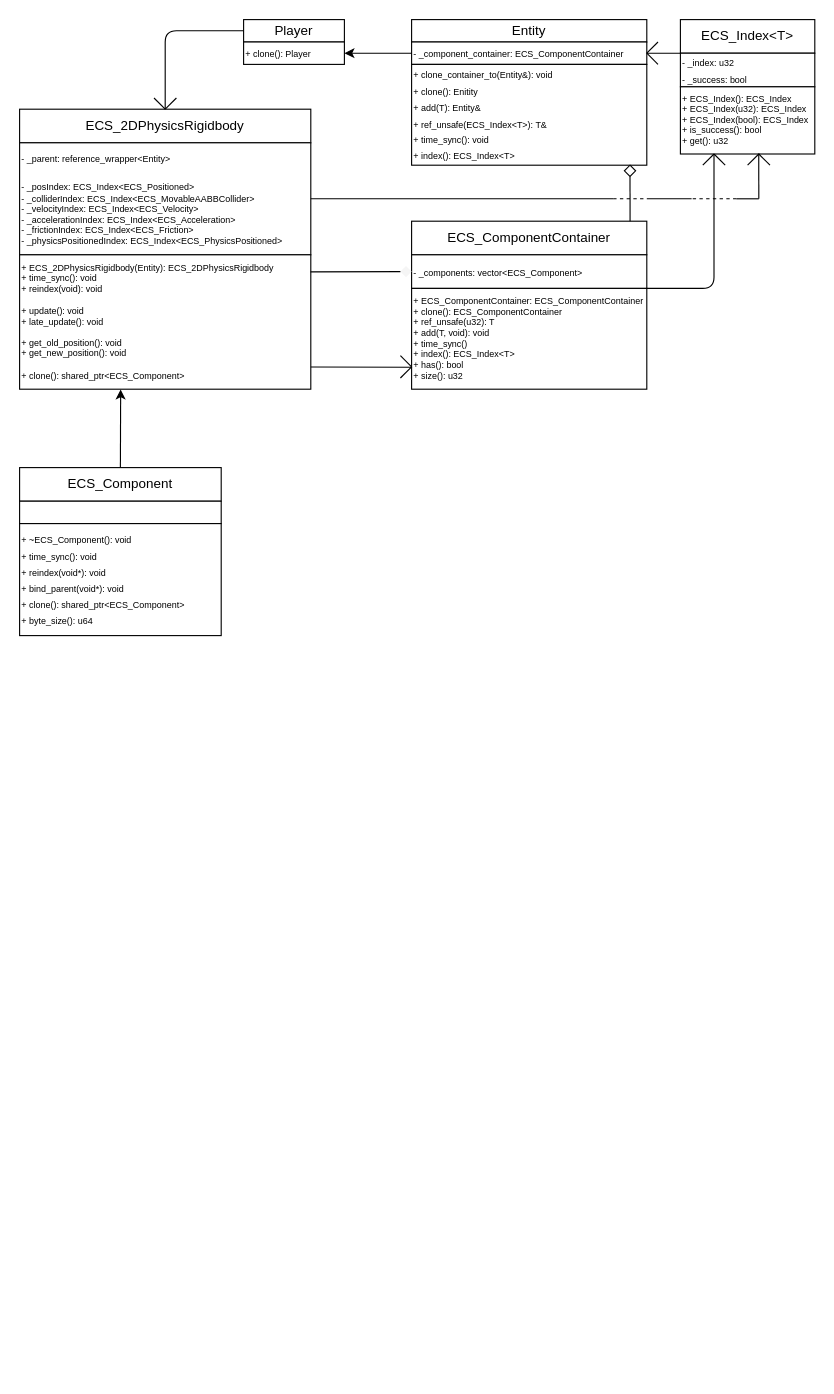
The draw.io diagram docs/player.drawio in Maksasj/omniscia, before the edit. Source tidied: cells renumbered, new cells numbered last; positions are measured from the earlier drawing's top-left corner, leaving out a move shared by most shapes. Both pictures are drawn from the tidied source at 112%, with x=0, y=0 at pixel (19, 19).
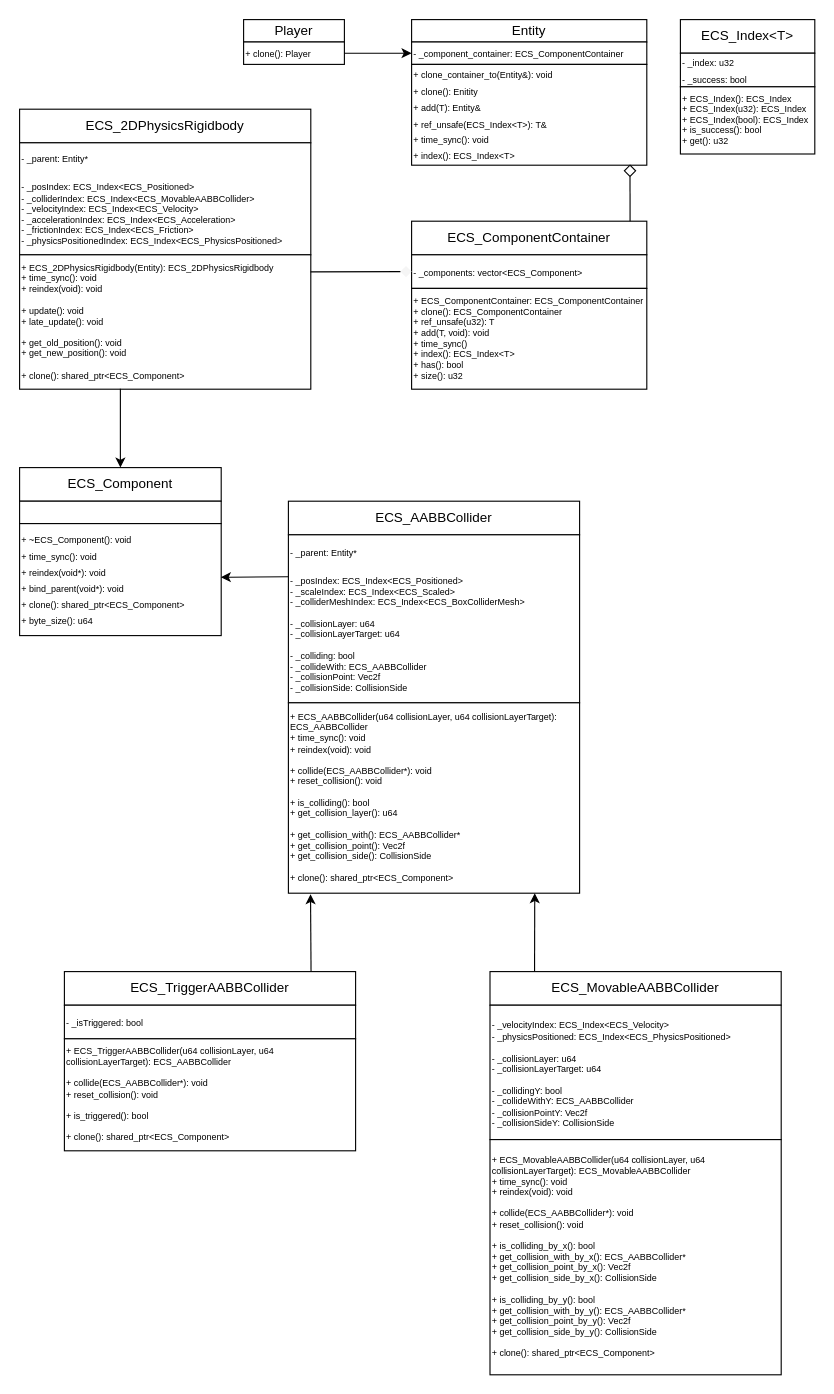
After the change.

Commit message:
updated player uml

The change refers to these unchanged cells:
```xml
<mxCell id="3" value="&lt;font style=&quot;font-size: 8px;&quot;&gt;+ clone(): Player&lt;/font&gt;" style="rounded=0;whiteSpace=wrap;html=1;align=left;" parent="1" vertex="1">
  <mxGeometry x="200" y="20" width="90" height="20" as="geometry" />
</mxCell>
<mxCell id="5" value="&lt;font style=&quot;font-size: 8px;&quot;&gt;- _component_сontainer:&amp;nbsp;&lt;/font&gt;&lt;span style=&quot;text-align: center;&quot;&gt;&lt;font style=&quot;font-size: 8px;&quot;&gt;ECS_ComponentContainer&lt;/font&gt;&lt;/span&gt;" style="rounded=0;whiteSpace=wrap;html=1;align=left;" parent="1" vertex="1">
  <mxGeometry x="350" y="20" width="210" height="20" as="geometry" />
</mxCell>
<mxCell id="8" value="&lt;font style=&quot;font-size: 8px;&quot;&gt;- _index: u32&lt;br&gt;- _success: bool&lt;br&gt;&lt;/font&gt;" style="rounded=0;whiteSpace=wrap;html=1;fontSize=12;align=left;" parent="1" vertex="1">
  <mxGeometry x="590" y="30" width="120" height="30" as="geometry" />
</mxCell>
<mxCell id="9" value="+ ECS_Index(): ECS_Index&lt;br&gt;+ ECS_Index(u32): ECS_Index&lt;br&gt;+ ECS_Index(bool): ECS_Index&lt;br&gt;+ is_success(): bool&lt;br&gt;+ get(): u32" style="rounded=0;whiteSpace=wrap;html=1;fontSize=8;align=left;" parent="1" vertex="1">
  <mxGeometry x="590" y="60" width="120" height="60" as="geometry" />
</mxCell>
<mxCell id="12" value="+&amp;nbsp;&lt;font style=&quot;font-size: 8px;&quot;&gt;ECS_ComponentContainer:&amp;nbsp;&lt;/font&gt;ECS_ComponentContainer&lt;br&gt;+ clone(): ECS_ComponentContainer&lt;br&gt;+ ref_unsafe(u32): T&lt;br&gt;+ add(T, void): void&lt;br&gt;+ time_sync()&lt;br&gt;+ index(): ECS_Index&amp;lt;T&amp;gt;&lt;br&gt;+ has(): bool&lt;br&gt;+ size(): u32" style="rounded=0;whiteSpace=wrap;html=1;fontSize=8;align=left;" parent="1" vertex="1">
  <mxGeometry x="350" y="240" width="210" height="90" as="geometry" />
</mxCell>
<mxCell id="15" value="&lt;font style=&quot;font-size: 12px;&quot;&gt;ECS_2DPhysicsRigidbody&lt;/font&gt;" style="rounded=0;whiteSpace=wrap;html=1;fontSize=8;" parent="1" vertex="1">
  <mxGeometry y="80" width="260" height="30" as="geometry" />
</mxCell>
<mxCell id="17" value="+ ECS_2DPhysicsRigidbody(Entity): ECS_2DPhysicsRigidbody&lt;br&gt;+ time_sync(): void&lt;br&gt;+ reindex(void): void&lt;br&gt;&lt;br&gt;+ update(): void&lt;br&gt;+ late_update(): void&lt;br&gt;&lt;br&gt;+ get_old_position(): void&lt;br&gt;+ get_new_position(): void&lt;br&gt;&lt;br&gt;+ clone(): shared_ptr&amp;lt;ECS_Component&amp;gt;" style="rounded=0;whiteSpace=wrap;html=1;fontSize=8;align=left;" parent="1" vertex="1">
  <mxGeometry y="210" width="260" height="120" as="geometry" />
</mxCell>
<mxCell id="41" value="ECS_Component" style="rounded=0;whiteSpace=wrap;html=1;" parent="1" vertex="1">
  <mxGeometry y="400" width="180" height="30" as="geometry" />
</mxCell>
<mxCell id="43" value="&lt;font style=&quot;font-size: 8px;&quot;&gt;+&amp;nbsp;~ECS_Component(): void&lt;br&gt;+&amp;nbsp;time_sync(): void&lt;br&gt;+&amp;nbsp;reindex(void*): void&lt;br&gt;+ bind_parent(void*): void&lt;br&gt;+ clone(): shared_ptr&amp;lt;ECS_Component&amp;gt;&lt;br&gt;+ byte_size(): u64&lt;/font&gt;" style="rounded=0;whiteSpace=wrap;align=left;verticalAlign=middle;html=1;" parent="1" vertex="1">
  <mxGeometry y="450" width="180" height="100" as="geometry" />
</mxCell>
```

Diff of the diagram source:
```diff
@@
-    <mxCell id="16" value="&lt;div style=&quot;&quot;&gt;&lt;span style=&quot;font-size: 8px; background-color: initial;&quot;&gt;- _parent: reference_wrapper&amp;lt;Entity&amp;gt;&lt;/span&gt;&lt;/div&gt;&lt;font style=&quot;&quot;&gt;&lt;div style=&quot;&quot;&gt;&lt;span style=&quot;font-size: 8px;&quot;&gt;&lt;br&gt;&lt;/span&gt;&lt;/div&gt;&lt;span style=&quot;font-size: 8px;&quot;&gt;&lt;div style=&quot;&quot;&gt;&lt;span style=&quot;background-color: initial;&quot;&gt;- _posIndex: ECS_Index&amp;lt;ECS_Positioned&amp;gt;&lt;/span&gt;&lt;/div&gt;&lt;div style=&quot;&quot;&gt;&lt;span style=&quot;background-color: initial;&quot;&gt;- _colliderIndex: ECS_Index&amp;lt;ECS_MovableAABBCollider&amp;gt;&lt;/span&gt;&lt;/div&gt;&lt;div style=&quot;&quot;&gt;&lt;span style=&quot;background-color: initial;&quot;&gt;- _velocityIndex: ECS_Index&amp;lt;ECS_Velocity&amp;gt;&lt;/span&gt;&lt;/div&gt;&lt;div style=&quot;&quot;&gt;&lt;span style=&quot;background-color: initial;&quot;&gt;- _accelerationIndex: ECS_Index&amp;lt;ECS_Acceleration&amp;gt;&lt;/span&gt;&lt;/div&gt;&lt;div style=&quot;&quot;&gt;&lt;span style=&quot;background-color: initial;&quot;&gt;- _frictionIndex: ECS_Index&amp;lt;ECS_Friction&amp;gt;&lt;/span&gt;&lt;/div&gt;&lt;div style=&quot;&quot;&gt;&lt;span style=&quot;background-color: initial;&quot;&gt;- _physicsPositionedIndex: ECS_Index&amp;lt;ECS_PhysicsPositioned&amp;gt;&lt;/span&gt;&lt;/div&gt;&lt;/span&gt;&lt;/font&gt;" style="rounded=0;whiteSpace=wrap;html=1;fontSize=12;align=left;" parent="1" vertex="1">
+    <mxCell id="16" value="&lt;div style=&quot;&quot;&gt;&lt;span style=&quot;font-size: 8px; background-color: initial;&quot;&gt;- _parent: Entity*&lt;/span&gt;&lt;/div&gt;&lt;font style=&quot;&quot;&gt;&lt;div style=&quot;&quot;&gt;&lt;span style=&quot;font-size: 8px;&quot;&gt;&lt;br&gt;&lt;/span&gt;&lt;/div&gt;&lt;span style=&quot;font-size: 8px;&quot;&gt;&lt;div style=&quot;&quot;&gt;&lt;span style=&quot;background-color: initial;&quot;&gt;- _posIndex: ECS_Index&amp;lt;ECS_Positioned&amp;gt;&lt;/span&gt;&lt;/div&gt;&lt;div style=&quot;&quot;&gt;&lt;span style=&quot;background-color: initial;&quot;&gt;- _colliderIndex: ECS_Index&amp;lt;ECS_MovableAABBCollider&amp;gt;&lt;/span&gt;&lt;/div&gt;&lt;div style=&quot;&quot;&gt;&lt;span style=&quot;background-color: initial;&quot;&gt;- _velocityIndex: ECS_Index&amp;lt;ECS_Velocity&amp;gt;&lt;/span&gt;&lt;/div&gt;&lt;div style=&quot;&quot;&gt;&lt;span style=&quot;background-color: initial;&quot;&gt;- _accelerationIndex: ECS_Index&amp;lt;ECS_Acceleration&amp;gt;&lt;/span&gt;&lt;/div&gt;&lt;div style=&quot;&quot;&gt;&lt;span style=&quot;background-color: initial;&quot;&gt;- _frictionIndex: ECS_Index&amp;lt;ECS_Friction&amp;gt;&lt;/span&gt;&lt;/div&gt;&lt;div style=&quot;&quot;&gt;&lt;span style=&quot;background-color: initial;&quot;&gt;- _physicsPositionedIndex: ECS_Index&amp;lt;ECS_PhysicsPositioned&amp;gt;&lt;/span&gt;&lt;/div&gt;&lt;/span&gt;&lt;/font&gt;" style="rounded=0;whiteSpace=wrap;html=1;fontSize=12;align=left;" parent="1" vertex="1">
       <mxGeometry y="110" width="260" height="100" as="geometry" />
     </mxCell>
@@
-    <mxCell id="18" style="endArrow=none;html=1;fontSize=8;exitX=1;exitY=0.5;exitDx=0;exitDy=0;" parent="1" edge="1" source="16">
-      <mxGeometry relative="1" as="geometry">
-        <mxPoint x="530" y="160" as="targetPoint" />
-      </mxGeometry>
-    </mxCell>
-    <mxCell id="19" style="endArrow=none;html=1;fontSize=8;" parent="1" edge="1">
-      <mxGeometry relative="1" as="geometry">
-        <mxPoint x="560" y="160" as="sourcePoint" />
-        <mxPoint x="600" y="160" as="targetPoint" />
-      </mxGeometry>
-    </mxCell>
-    <mxCell id="20" style="endArrow=none;html=1;fontSize=8;" parent="1" edge="1">
-      <mxGeometry relative="1" as="geometry">
-        <mxPoint x="640" y="160" as="sourcePoint" />
-        <mxPoint x="660" y="160" as="targetPoint" />
-      </mxGeometry>
-    </mxCell>
-    <mxCell id="21" style="endArrow=none;html=1;fontSize=8;exitX=0.583;exitY=0.994;exitDx=0;exitDy=0;exitPerimeter=0;" parent="1" edge="1" source="9">
-      <mxGeometry relative="1" as="geometry">
-        <mxPoint x="660" y="160" as="targetPoint" />
-      </mxGeometry>
-    </mxCell>
-    <mxCell id="22" style="endArrow=none;dashed=1;html=1;fontSize=8;" parent="1" edge="1">
-      <mxGeometry relative="1" as="geometry">
-        <mxPoint x="530" y="160" as="sourcePoint" />
-        <mxPoint x="560" y="160" as="targetPoint" />
-      </mxGeometry>
-    </mxCell>
-    <mxCell id="23" style="endArrow=none;dashed=1;html=1;fontSize=8;" parent="1" edge="1">
-      <mxGeometry relative="1" as="geometry">
-        <mxPoint x="640" y="160" as="sourcePoint" />
-        <mxPoint x="600" y="160" as="targetPoint" />
-      </mxGeometry>
-    </mxCell>
@@
-    <mxCell id="26" style="endArrow=none;html=1;exitX=1;exitY=0;exitDx=0;exitDy=0;entryX=0.25;entryY=1;entryDx=0;entryDy=0;" parent="1" edge="1" source="12" target="9">
-      <mxGeometry relative="1" as="geometry">
-        <Array as="points">
-          <mxPoint x="620" y="240" />
-        </Array>
-      </mxGeometry>
-    </mxCell>
-    <mxCell id="27" style="endArrow=none;html=1;" parent="1" edge="1">
-      <mxGeometry relative="1" as="geometry">
-        <mxPoint x="610" y="130" as="sourcePoint" />
-        <mxPoint x="620" y="120" as="targetPoint" />
-      </mxGeometry>
-    </mxCell>
-    <mxCell id="28" style="endArrow=none;html=1;" parent="1" edge="1">
-      <mxGeometry relative="1" as="geometry">
-        <mxPoint x="630" y="130" as="sourcePoint" />
-        <mxPoint x="620" y="120" as="targetPoint" />
-      </mxGeometry>
-    </mxCell>
-    <mxCell id="29" style="endArrow=none;html=1;entryX=0;entryY=0;entryDx=0;entryDy=0;exitX=1;exitY=0.5;exitDx=0;exitDy=0;" parent="1" edge="1" source="5" target="8">
-      <mxGeometry relative="1" as="geometry" />
-    </mxCell>
-    <mxCell id="30" style="endArrow=none;html=1;" parent="1" edge="1">
-      <mxGeometry relative="1" as="geometry">
-        <mxPoint x="560" y="30" as="sourcePoint" />
-        <mxPoint x="570" y="40" as="targetPoint" />
-      </mxGeometry>
-    </mxCell>
-    <mxCell id="31" style="endArrow=none;html=1;" parent="1" edge="1">
-      <mxGeometry relative="1" as="geometry">
-        <mxPoint x="560" y="30" as="sourcePoint" />
-        <mxPoint x="570" y="20" as="targetPoint" />
-      </mxGeometry>
-    </mxCell>
-    <mxCell id="32" style="endArrow=none;html=1;exitX=1;exitY=0.835;exitDx=0;exitDy=0;exitPerimeter=0;entryX=0.002;entryY=0.782;entryDx=0;entryDy=0;entryPerimeter=0;" parent="1" edge="1" source="17" target="12">
-      <mxGeometry relative="1" as="geometry" />
-    </mxCell>
-    <mxCell id="33" style="endArrow=none;html=1;" parent="1" edge="1">
-      <mxGeometry relative="1" as="geometry">
-        <mxPoint x="340" y="320" as="sourcePoint" />
-        <mxPoint x="350" y="310" as="targetPoint" />
-      </mxGeometry>
-    </mxCell>
-    <mxCell id="34" style="endArrow=none;html=1;" parent="1" edge="1">
-      <mxGeometry relative="1" as="geometry">
-        <mxPoint x="340" y="300" as="sourcePoint" />
-        <mxPoint x="350" y="310" as="targetPoint" />
-      </mxGeometry>
-    </mxCell>
-    <mxCell id="35" style="endArrow=none;html=1;exitX=0.5;exitY=0;exitDx=0;exitDy=0;" parent="1" edge="1" source="15">
-      <mxGeometry relative="1" as="geometry">
-        <mxPoint x="200" y="10" as="targetPoint" />
-        <Array as="points">
-          <mxPoint x="130" y="10" />
-        </Array>
-      </mxGeometry>
-    </mxCell>
-    <mxCell id="36" style="endArrow=none;html=1;exitX=0.5;exitY=0;exitDx=0;exitDy=0;" parent="1" edge="1" source="15">
-      <mxGeometry relative="1" as="geometry">
-        <mxPoint x="140" y="70" as="targetPoint" />
-      </mxGeometry>
-    </mxCell>
-    <mxCell id="37" style="endArrow=none;html=1;exitX=0.5;exitY=0;exitDx=0;exitDy=0;" parent="1" edge="1" source="15">
-      <mxGeometry relative="1" as="geometry">
-        <mxPoint x="120" y="70" as="targetPoint" />
-      </mxGeometry>
-    </mxCell>
-    <mxCell id="38" style="endArrow=classic;html=1;exitX=0;exitY=0.5;exitDx=0;exitDy=0;entryX=1;entryY=0.5;entryDx=0;entryDy=0;" parent="1" edge="1" source="5" target="3">
+    <mxCell id="38" style="endArrow=classic;html=1;exitX=1;exitY=0.5;exitDx=0;exitDy=0;entryX=0;entryY=0.5;entryDx=0;entryDy=0;" parent="1" edge="1" source="3" target="5">
       <mxGeometry relative="1" as="geometry" />
     </mxCell>
-    <mxCell id="39" style="endArrow=none;html=1;" parent="1" edge="1">
-      <mxGeometry relative="1" as="geometry">
-        <mxPoint x="670" y="130" as="sourcePoint" />
-        <mxPoint x="660" y="120" as="targetPoint" />
-      </mxGeometry>
-    </mxCell>
-    <mxCell id="40" style="endArrow=none;html=1;" parent="1" edge="1">
-      <mxGeometry relative="1" as="geometry">
-        <mxPoint x="650" y="130" as="sourcePoint" />
-        <mxPoint x="660" y="120" as="targetPoint" />
-      </mxGeometry>
-    </mxCell>
@@
-    <mxCell id="44" style="endArrow=classic;html=1;exitX=0.5;exitY=0;exitDx=0;exitDy=0;entryX=0.347;entryY=1.002;entryDx=0;entryDy=0;entryPerimeter=0;" parent="1" edge="1" source="41" target="17">
+    <mxCell id="44" style="endArrow=classic;html=1;exitX=0.346;exitY=0.997;exitDx=0;exitDy=0;entryX=0.5;entryY=0;entryDx=0;entryDy=0;exitPerimeter=0;" parent="1" edge="1" source="17" target="41">
       <mxGeometry relative="1" as="geometry" />
     </mxCell>
+    <mxCell id="45" value="&lt;font style=&quot;font-size: 12px;&quot;&gt;ECS_AABBCollider&lt;/font&gt;" style="rounded=0;whiteSpace=wrap;html=1;fontSize=8;" parent="1" vertex="1">
+      <mxGeometry x="240" y="430" width="260" height="30" as="geometry" />
+    </mxCell>
+    <mxCell id="46" value="&lt;div style=&quot;&quot;&gt;&lt;span style=&quot;font-size: 8px; background-color: initial;&quot;&gt;- _parent: Entity*&lt;/span&gt;&lt;/div&gt;&lt;font style=&quot;&quot;&gt;&lt;div style=&quot;&quot;&gt;&lt;span style=&quot;font-size: 8px;&quot;&gt;&lt;br&gt;&lt;/span&gt;&lt;/div&gt;&lt;span style=&quot;font-size: 8px;&quot;&gt;&lt;div style=&quot;&quot;&gt;&lt;span style=&quot;background-color: initial;&quot;&gt;- _posIndex: ECS_Index&amp;lt;ECS_Positioned&amp;gt;&lt;/span&gt;&lt;/div&gt;&lt;div style=&quot;&quot;&gt;&lt;span style=&quot;background-color: initial;&quot;&gt;- _scaleIndex: ECS_Index&amp;lt;ECS_Scaled&amp;gt;&lt;/span&gt;&lt;/div&gt;&lt;div style=&quot;&quot;&gt;&lt;span style=&quot;background-color: initial;&quot;&gt;- _colliderMeshIndex: ECS_Index&amp;lt;ECS_BoxColliderMesh&amp;gt;&lt;/span&gt;&lt;/div&gt;&lt;div style=&quot;&quot;&gt;&lt;br&gt;&lt;/div&gt;&lt;div style=&quot;&quot;&gt;- _collisionLayer: u64&lt;/div&gt;&lt;div style=&quot;&quot;&gt;- _collisionLayerTarget: u64&lt;br&gt;&lt;/div&gt;&lt;div style=&quot;&quot;&gt;&lt;br&gt;&lt;/div&gt;&lt;div style=&quot;&quot;&gt;- _colliding: bool&lt;/div&gt;&lt;div style=&quot;&quot;&gt;- _collideWith: ECS_AABBCollider&lt;/div&gt;&lt;div style=&quot;&quot;&gt;- _collisionPoint: Vec2f&lt;/div&gt;&lt;div style=&quot;&quot;&gt;- _collisionSide: CollisionSide&lt;/div&gt;&lt;/span&gt;&lt;/font&gt;" style="rounded=0;whiteSpace=wrap;html=1;fontSize=12;align=left;" parent="1" vertex="1">
+      <mxGeometry x="240" y="460" width="260" height="150" as="geometry" />
+    </mxCell>
+    <mxCell id="47" value="+ ECS_AABBCollider(u64 collisionLayer, u64 collisionLayerTarget): ECS_AABBCollider&lt;br&gt;+ time_sync(): void&lt;br&gt;+ reindex(void): void&lt;br&gt;&lt;br&gt;+ collide(ECS_AABBCollider*): void&lt;br&gt;+ reset_collision(): void&lt;br&gt;&lt;br&gt;+ is_colliding(): bool&lt;br&gt;+ get_collision_layer(): u64&lt;br&gt;&lt;br&gt;+ get_collision_with(): ECS_AABBCollider*&lt;br&gt;+ get_collision_point(): Vec2f&lt;br&gt;+ get_collision_side(): CollisionSide&lt;br&gt;&lt;br&gt;+ clone(): shared_ptr&amp;lt;ECS_Component&amp;gt;" style="rounded=0;whiteSpace=wrap;html=1;fontSize=8;align=left;" parent="1" vertex="1">
+      <mxGeometry x="240" y="610" width="260" height="170" as="geometry" />
+    </mxCell>
+    <mxCell id="48" value="&lt;font style=&quot;font-size: 12px;&quot;&gt;ECS_MovableAABBCollider&lt;/font&gt;" style="rounded=0;whiteSpace=wrap;html=1;fontSize=8;" parent="1" vertex="1">
+      <mxGeometry x="420" y="850" width="260" height="30" as="geometry" />
+    </mxCell>
+    <mxCell id="49" value="&lt;div style=&quot;&quot;&gt;&lt;span style=&quot;background-color: initial; font-size: 8px;&quot;&gt;- _velocityIndex: ECS_Index&amp;lt;ECS_Velocity&amp;gt;&lt;/span&gt;&lt;br&gt;&lt;/div&gt;&lt;font style=&quot;&quot;&gt;&lt;span style=&quot;font-size: 8px;&quot;&gt;&lt;div style=&quot;&quot;&gt;&lt;span style=&quot;background-color: initial;&quot;&gt;- _physicsPositioned: ECS_Index&amp;lt;ECS_PhysicsPositioned&amp;gt;&lt;/span&gt;&lt;/div&gt;&lt;div style=&quot;&quot;&gt;&lt;br&gt;&lt;/div&gt;&lt;div style=&quot;&quot;&gt;- _collisionLayer: u64&lt;/div&gt;&lt;div style=&quot;&quot;&gt;- _collisionLayerTarget: u64&lt;br&gt;&lt;/div&gt;&lt;div style=&quot;&quot;&gt;&lt;br&gt;&lt;/div&gt;&lt;div style=&quot;&quot;&gt;- _collidingY: bool&lt;/div&gt;&lt;div style=&quot;&quot;&gt;- _collideWithY: ECS_AABBCollider&lt;/div&gt;&lt;div style=&quot;&quot;&gt;- _collisionPointY: Vec2f&lt;/div&gt;&lt;div style=&quot;&quot;&gt;- _collisionSideY: CollisionSide&lt;/div&gt;&lt;/span&gt;&lt;/font&gt;" style="rounded=0;whiteSpace=wrap;html=1;fontSize=12;align=left;" parent="1" vertex="1">
+      <mxGeometry x="420" y="880" width="260" height="120" as="geometry" />
+    </mxCell>
+    <mxCell id="50" value="+ ECS_MovableAABBCollider(u64 collisionLayer, u64 collisionLayerTarget): ECS_MovableAABBCollider&lt;br&gt;+ time_sync(): void&lt;br&gt;+ reindex(void): void&lt;br&gt;&lt;br&gt;+ collide(ECS_AABBCollider*): void&lt;br&gt;+ reset_collision(): void&lt;br&gt;&lt;br&gt;+ is_colliding_by_x(): bool&lt;br&gt;+ get_collision_with_by_x(): ECS_AABBCollider*&lt;br&gt;+ get_collision_point_by_x(): Vec2f&lt;br&gt;+ get_collision_side_by_x(): CollisionSide&lt;br&gt;&lt;br&gt;+ is_colliding_by_y(): bool&lt;br&gt;+ get_collision_with_by_y(): ECS_AABBCollider*&lt;br&gt;+ get_collision_point_by_y(): Vec2f&lt;br&gt;+ get_collision_side_by_y(): CollisionSide&lt;br&gt;&lt;br&gt;+ clone(): shared_ptr&amp;lt;ECS_Component&amp;gt;" style="rounded=0;whiteSpace=wrap;html=1;fontSize=8;align=left;" parent="1" vertex="1">
+      <mxGeometry x="420" y="1000" width="260" height="210" as="geometry" />
+    </mxCell>
+    <mxCell id="51" value="&lt;font style=&quot;font-size: 12px;&quot;&gt;ECS_TriggerAABBCollider&lt;/font&gt;" style="rounded=0;whiteSpace=wrap;html=1;fontSize=8;" parent="1" vertex="1">
+      <mxGeometry x="40" y="850" width="260" height="30" as="geometry" />
+    </mxCell>
+    <mxCell id="52" value="&lt;div style=&quot;&quot;&gt;&lt;span style=&quot;font-size: 8px;&quot;&gt;- _isTriggered: bool&lt;/span&gt;&lt;/div&gt;" style="rounded=0;whiteSpace=wrap;html=1;fontSize=12;align=left;" parent="1" vertex="1">
+      <mxGeometry x="40" y="880" width="260" height="30" as="geometry" />
+    </mxCell>
+    <mxCell id="53" value="+ ECS_TriggerAABBCollider(u64 collisionLayer, u64 collisionLayerTarget): ECS_AABBCollider&lt;br&gt;&lt;br&gt;+ collide(ECS_AABBCollider*): void&lt;br&gt;+ reset_collision(): void&lt;br&gt;&lt;br&gt;+ is_triggered(): bool&lt;br&gt;&lt;br&gt;+ clone(): shared_ptr&amp;lt;ECS_Component&amp;gt;" style="rounded=0;whiteSpace=wrap;html=1;fontSize=8;align=left;" parent="1" vertex="1">
+      <mxGeometry x="40" y="910" width="260" height="100" as="geometry" />
+    </mxCell>
+    <mxCell id="54" style="endArrow=classic;html=1;exitX=0.153;exitY=-0.005;exitDx=0;exitDy=0;exitPerimeter=0;entryX=0.846;entryY=1;entryDx=0;entryDy=0;entryPerimeter=0;" parent="1" edge="1" source="48" target="47">
+      <mxGeometry relative="1" as="geometry" />
+    </mxCell>
+    <mxCell id="55" style="endArrow=classic;html=1;entryX=0.076;entryY=1.005;entryDx=0;entryDy=0;entryPerimeter=0;exitX=0.847;exitY=-0.009;exitDx=0;exitDy=0;exitPerimeter=0;" parent="1" edge="1" source="51" target="47">
+      <mxGeometry relative="1" as="geometry" />
+    </mxCell>
+    <mxCell id="56" style="endArrow=classic;html=1;exitX=0;exitY=0.25;exitDx=0;exitDy=0;entryX=0.998;entryY=0.479;entryDx=0;entryDy=0;entryPerimeter=0;" parent="1" edge="1" source="46" target="43">
+      <mxGeometry relative="1" as="geometry" />
+    </mxCell>
```
